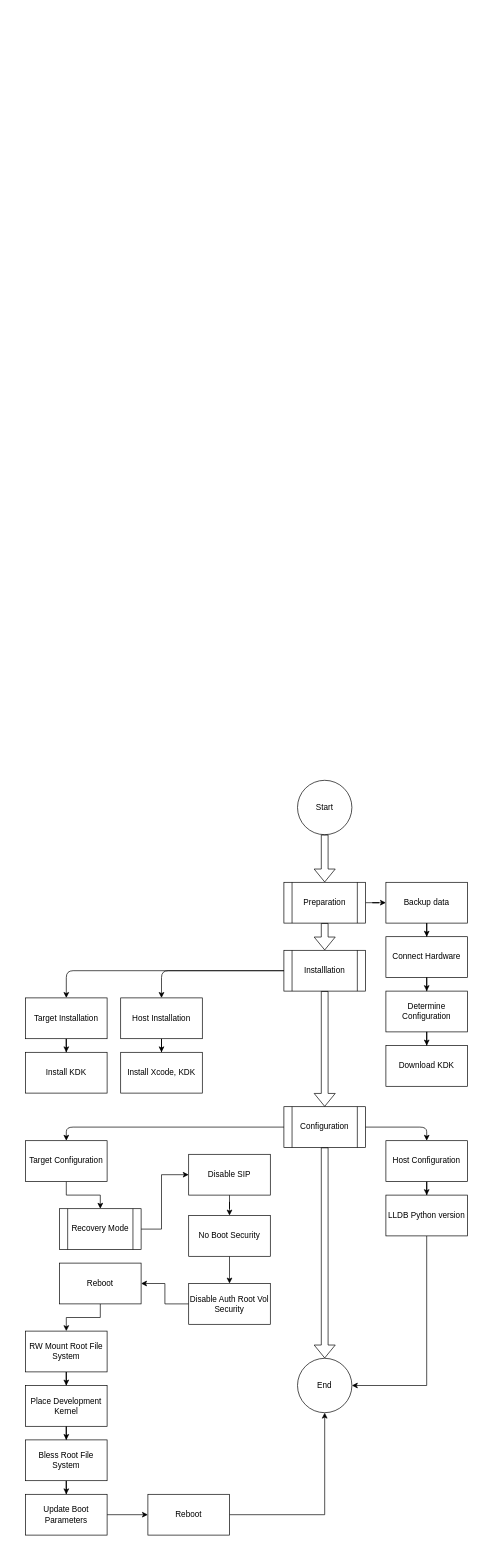
Earlier version of the draw.io diagram diagrams/KernelDebugSetup.drawio (faisalmemon/the-road-to-zero). Source tidied: cells renumbered, new cells numbered last; positions are measured from the earlier drawing's top-left corner, leaving out a move shared by most shapes. Both pictures are drawn from the tidied source at 68%, with x=0, y=0 at pixel (25, 780).
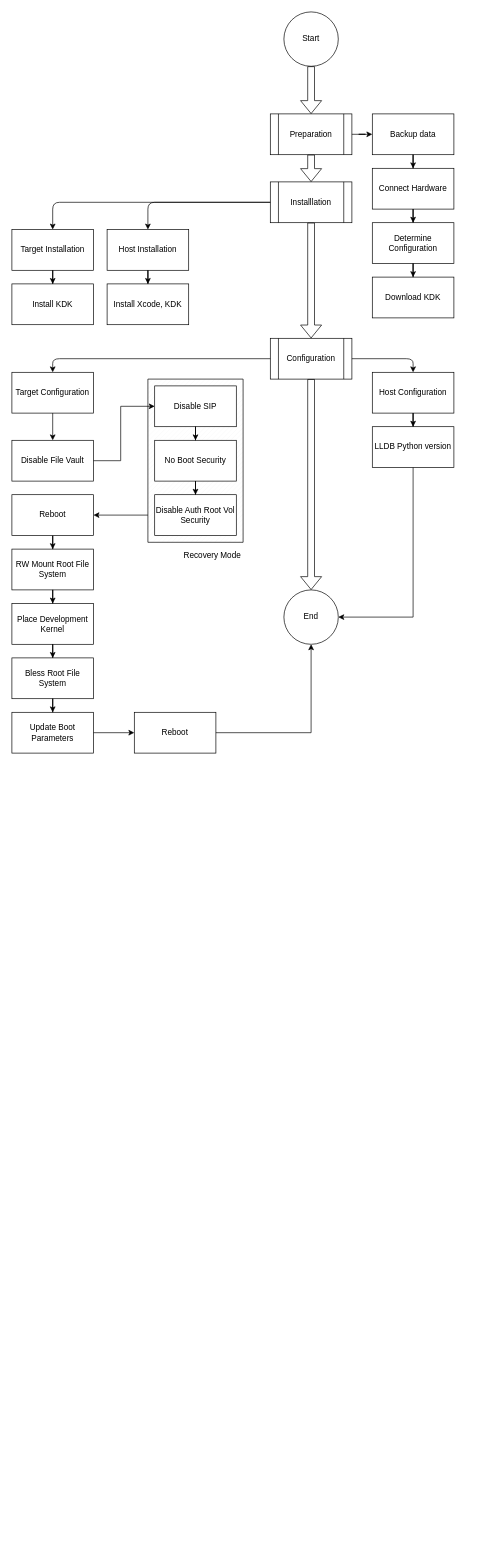
The same diagram, later.

Commit message (it also covers changes not shown here):
improve diagram with recovery mode

The edit, as a diff of the source:
```diff
@@
-    <mxCell id="2" style="edgeStyle=orthogonalEdgeStyle;rounded=0;jettySize=auto;html=1;" parent="1" edge="1" source="3" target="5">
-      <mxGeometry relative="1" as="geometry">
-        <Array as="points">
-          <mxPoint x="200" y="660" />
-          <mxPoint x="200" y="580" />
-        </Array>
-      </mxGeometry>
-    </mxCell>
-    <mxCell id="3" value="Recovery Mode" style="shape=process;whiteSpace=wrap;html=1;backgroundOutline=1;" parent="1" vertex="1">
-      <mxGeometry x="50" y="630" width="120" height="60" as="geometry" />
-    </mxCell>
-    <mxCell id="4" style="edgeStyle=orthogonalEdgeStyle;rounded=0;jettySize=auto;html=1;" parent="1" edge="1" source="5" target="7">
-      <mxGeometry relative="1" as="geometry" />
-    </mxCell>
-    <mxCell id="5" value="Disable SIP" style="rounded=0;whiteSpace=wrap;html=1;" parent="1" vertex="1">
-      <mxGeometry x="240" y="550" width="120" height="60" as="geometry" />
-    </mxCell>
-    <mxCell id="6" style="edgeStyle=orthogonalEdgeStyle;rounded=0;jettySize=auto;html=1;" parent="1" edge="1" source="7" target="9">
-      <mxGeometry relative="1" as="geometry" />
-    </mxCell>
-    <mxCell id="7" value="No Boot Security" style="rounded=0;whiteSpace=wrap;html=1;" parent="1" vertex="1">
-      <mxGeometry x="240" y="640" width="120" height="60" as="geometry" />
-    </mxCell>
-    <mxCell id="8" style="edgeStyle=orthogonalEdgeStyle;rounded=0;jettySize=auto;html=1;" parent="1" edge="1" source="9" target="52">
-      <mxGeometry relative="1" as="geometry" />
-    </mxCell>
-    <mxCell id="9" value="Disable Auth Root Vol Security" style="rounded=0;whiteSpace=wrap;html=1;" parent="1" vertex="1">
-      <mxGeometry x="240" y="740" width="120" height="60" as="geometry" />
-    </mxCell>
+    <mxCell id="55" style="group;" parent="1" vertex="1">
+      <mxGeometry x="-20" y="-1130" width="650" height="1090" as="geometry" />
+    </mxCell>
+    <mxCell id="11" value="RW Mount Root File System" style="rounded=0;whiteSpace=wrap;html=1;" parent="55" vertex="1">
+      <mxGeometry y="790" width="120" height="60" as="geometry" />
+    </mxCell>
+    <mxCell id="13" value="Place Development Kernel" style="rounded=0;whiteSpace=wrap;html=1;" parent="55" vertex="1">
+      <mxGeometry y="870" width="120" height="60" as="geometry" />
+    </mxCell>
-    <mxCell id="10" style="edgeStyle=orthogonalEdgeStyle;rounded=0;jettySize=auto;html=1;" parent="1" edge="1" source="11" target="13">
-      <mxGeometry relative="1" as="geometry" />
+    <mxCell id="10" style="edgeStyle=orthogonalEdgeStyle;rounded=0;jettySize=auto;html=1;" parent="55" edge="1" source="11" target="13">
+      <mxGeometry as="geometry" />
     </mxCell>
-    <mxCell id="11" value="RW Mount Root File System" style="rounded=0;whiteSpace=wrap;html=1;" parent="1" vertex="1">
-      <mxGeometry y="810" width="120" height="60" as="geometry" />
-    </mxCell>
+    <mxCell id="15" value="Bless Root File System" style="rounded=0;whiteSpace=wrap;html=1;" parent="55" vertex="1">
+      <mxGeometry y="950" width="120" height="60" as="geometry" />
+    </mxCell>
-    <mxCell id="12" style="edgeStyle=orthogonalEdgeStyle;rounded=0;jettySize=auto;html=1;" parent="1" edge="1" source="13" target="15">
-      <mxGeometry relative="1" as="geometry" />
+    <mxCell id="12" style="edgeStyle=orthogonalEdgeStyle;rounded=0;jettySize=auto;html=1;" parent="55" edge="1" source="13" target="15">
+      <mxGeometry as="geometry" />
     </mxCell>
-    <mxCell id="13" value="Place Development Kernel" style="rounded=0;whiteSpace=wrap;html=1;" parent="1" vertex="1">
-      <mxGeometry y="890" width="120" height="60" as="geometry" />
-    </mxCell>
+    <mxCell id="17" value="Update Boot Parameters" style="rounded=0;whiteSpace=wrap;html=1;" parent="55" vertex="1">
+      <mxGeometry y="1030" width="120" height="60" as="geometry" />
+    </mxCell>
-    <mxCell id="14" style="edgeStyle=orthogonalEdgeStyle;rounded=0;jettySize=auto;html=1;" parent="1" edge="1" source="15" target="17">
-      <mxGeometry relative="1" as="geometry" />
+    <mxCell id="14" style="edgeStyle=orthogonalEdgeStyle;rounded=0;jettySize=auto;html=1;" parent="55" edge="1" source="15" target="17">
+      <mxGeometry as="geometry" />
     </mxCell>
-    <mxCell id="15" value="Bless Root File System" style="rounded=0;whiteSpace=wrap;html=1;" parent="1" vertex="1">
-      <mxGeometry y="970" width="120" height="60" as="geometry" />
-    </mxCell>
-    <mxCell id="16" style="edgeStyle=orthogonalEdgeStyle;rounded=0;jettySize=auto;html=1;" parent="1" edge="1" source="17" target="50">
-      <mxGeometry relative="1" as="geometry" />
-    </mxCell>
-    <mxCell id="17" value="Update Boot Parameters" style="rounded=0;whiteSpace=wrap;html=1;" parent="1" vertex="1">
-      <mxGeometry y="1050" width="120" height="60" as="geometry" />
-    </mxCell>
-    <mxCell id="18" style="edgeStyle=orthogonalEdgeStyle;rounded=0;jettySize=auto;html=1;" parent="1" edge="1" source="19" target="41">
-      <mxGeometry relative="1" as="geometry" />
-    </mxCell>
-    <mxCell id="19" value="Preparation" style="shape=process;whiteSpace=wrap;html=1;backgroundOutline=1;" parent="1" vertex="1">
+    <mxCell id="19" value="Preparation" style="shape=process;whiteSpace=wrap;html=1;backgroundOutline=1;" parent="55" vertex="1">
       <mxGeometry x="380" y="150" width="120" height="60" as="geometry" />
     </mxCell>
-    <mxCell id="20" value="Installlation" style="shape=process;whiteSpace=wrap;html=1;backgroundOutline=1;" parent="1" vertex="1">
+    <mxCell id="20" value="Installlation" style="shape=process;whiteSpace=wrap;html=1;backgroundOutline=1;" parent="55" vertex="1">
       <mxGeometry x="380" y="250" width="120" height="60" as="geometry" />
     </mxCell>
-    <mxCell id="21" style="shape=flexArrow;endArrow=classic;html=1;exitX=0.5;exitY=1;exitDx=0;exitDy=0;entryX=0.5;entryY=0;entryDx=0;entryDy=0;" parent="1" edge="1" source="19" target="20">
-      <mxGeometry relative="1" as="geometry" />
+    <mxCell id="21" style="shape=flexArrow;endArrow=classic;html=1;exitX=0.5;exitY=1;exitDx=0;exitDy=0;entryX=0.5;entryY=0;entryDx=0;entryDy=0;" parent="55" edge="1" source="19" target="20">
+      <mxGeometry as="geometry" />
     </mxCell>
-    <mxCell id="22" style="edgeStyle=orthogonalEdgeStyle;rounded=0;jettySize=auto;html=1;" parent="1" edge="1" source="23" target="26">
-      <mxGeometry relative="1" as="geometry" />
-    </mxCell>
-    <mxCell id="23" value="Target Installation" style="rounded=0;whiteSpace=wrap;html=1;" parent="1" vertex="1">
+    <mxCell id="23" value="Target Installation" style="rounded=0;whiteSpace=wrap;html=1;" parent="55" vertex="1">
       <mxGeometry y="320" width="120" height="60" as="geometry" />
     </mxCell>
-    <mxCell id="24" style="edgeStyle=orthogonalEdgeStyle;rounded=0;jettySize=auto;html=1;" parent="1" edge="1" source="25" target="27">
-      <mxGeometry relative="1" as="geometry" />
-    </mxCell>
-    <mxCell id="25" value="Host Installation" style="rounded=0;whiteSpace=wrap;html=1;" parent="1" vertex="1">
+    <mxCell id="25" value="Host Installation" style="rounded=0;whiteSpace=wrap;html=1;" parent="55" vertex="1">
       <mxGeometry x="140" y="320" width="120" height="60" as="geometry" />
     </mxCell>
-    <mxCell id="26" value="Install KDK" style="rounded=0;whiteSpace=wrap;html=1;" parent="1" vertex="1">
+    <mxCell id="26" value="Install KDK" style="rounded=0;whiteSpace=wrap;html=1;" parent="55" vertex="1">
       <mxGeometry y="400" width="120" height="60" as="geometry" />
     </mxCell>
+    <mxCell id="22" style="edgeStyle=orthogonalEdgeStyle;rounded=0;jettySize=auto;html=1;" parent="55" edge="1" source="23" target="26">
+      <mxGeometry as="geometry" />
+    </mxCell>
-    <mxCell id="27" value="Install Xcode, KDK" style="rounded=0;whiteSpace=wrap;html=1;" parent="1" vertex="1">
+    <mxCell id="27" value="Install Xcode, KDK" style="rounded=0;whiteSpace=wrap;html=1;" parent="55" vertex="1">
       <mxGeometry x="140" y="400" width="120" height="60" as="geometry" />
     </mxCell>
+    <mxCell id="24" style="edgeStyle=orthogonalEdgeStyle;rounded=0;jettySize=auto;html=1;" parent="55" edge="1" source="25" target="27">
+      <mxGeometry as="geometry" />
+    </mxCell>
-    <mxCell id="28" value="Start" style="ellipse;whiteSpace=wrap;html=1;" parent="1" vertex="1">
+    <mxCell id="28" value="Start" style="ellipse;whiteSpace=wrap;html=1;" parent="55" vertex="1">
       <mxGeometry x="400" width="80" height="80" as="geometry" />
     </mxCell>
-    <mxCell id="29" style="shape=flexArrow;endArrow=classic;html=1;entryX=0.5;entryY=0;entryDx=0;entryDy=0;" parent="1" edge="1" source="28" target="19">
-      <mxGeometry relative="1" as="geometry" />
+    <mxCell id="29" style="shape=flexArrow;endArrow=classic;html=1;entryX=0.5;entryY=0;entryDx=0;entryDy=0;" parent="55" edge="1" source="28" target="19">
+      <mxGeometry as="geometry" />
     </mxCell>
-    <mxCell id="30" style="endArrow=classic;html=1;entryX=0.5;entryY=0;entryDx=0;entryDy=0;exitX=0;exitY=0.5;exitDx=0;exitDy=0;" parent="1" edge="1" source="20" target="25">
-      <mxGeometry relative="1" as="geometry">
+    <mxCell id="30" style="endArrow=classic;html=1;entryX=0.5;entryY=0;entryDx=0;entryDy=0;exitX=0;exitY=0.5;exitDx=0;exitDy=0;" parent="55" edge="1" source="20" target="25">
+      <mxGeometry as="geometry">
         <Array as="points">
           <mxPoint x="200" y="280" />
           <mxPoint x="200" y="320" />
         </Array>
       </mxGeometry>
     </mxCell>
-    <mxCell id="31" value="Configuration" style="shape=process;whiteSpace=wrap;html=1;backgroundOutline=1;" parent="1" vertex="1">
+    <mxCell id="31" value="Configuration" style="shape=process;whiteSpace=wrap;html=1;backgroundOutline=1;" parent="55" vertex="1">
       <mxGeometry x="380" y="480" width="120" height="60" as="geometry" />
     </mxCell>
-    <mxCell id="32" style="shape=flexArrow;endArrow=classic;html=1;exitX=0.5;exitY=1;exitDx=0;exitDy=0;entryX=0.5;entryY=0;entryDx=0;entryDy=0;" parent="1" edge="1" source="20" target="31">
-      <mxGeometry relative="1" as="geometry" />
+    <mxCell id="32" style="shape=flexArrow;endArrow=classic;html=1;exitX=0.5;exitY=1;exitDx=0;exitDy=0;entryX=0.5;entryY=0;entryDx=0;entryDy=0;" parent="55" edge="1" source="20" target="31">
+      <mxGeometry as="geometry" />
     </mxCell>
-    <mxCell id="33" style="edgeStyle=orthogonalEdgeStyle;rounded=0;jettySize=auto;html=1;" parent="1" edge="1" source="34" target="3">
-      <mxGeometry relative="1" as="geometry" />
-    </mxCell>
-    <mxCell id="34" value="Target Configuration" style="rounded=0;whiteSpace=wrap;html=1;" parent="1" vertex="1">
+    <mxCell id="34" value="Target Configuration" style="rounded=0;whiteSpace=wrap;html=1;" parent="55" vertex="1">
       <mxGeometry y="530" width="120" height="60" as="geometry" />
     </mxCell>
-    <mxCell id="35" style="edgeStyle=orthogonalEdgeStyle;rounded=0;jettySize=auto;html=1;" parent="1" edge="1" source="36" target="40">
-      <mxGeometry relative="1" as="geometry" />
-    </mxCell>
-    <mxCell id="36" value="Host Configuration" style="rounded=0;whiteSpace=wrap;html=1;" parent="1" vertex="1">
+    <mxCell id="36" value="Host Configuration" style="rounded=0;whiteSpace=wrap;html=1;" parent="55" vertex="1">
       <mxGeometry x="530" y="530" width="120" height="60" as="geometry" />
     </mxCell>
-    <mxCell id="37" style="endArrow=classic;html=1;exitX=0;exitY=0.5;exitDx=0;exitDy=0;entryX=0.5;entryY=0;entryDx=0;entryDy=0;" parent="1" edge="1" source="31" target="34">
-      <mxGeometry relative="1" as="geometry">
+    <mxCell id="37" style="endArrow=classic;html=1;exitX=0;exitY=0.5;exitDx=0;exitDy=0;entryX=0.5;entryY=0;entryDx=0;entryDy=0;" parent="55" edge="1" source="31" target="34">
+      <mxGeometry as="geometry">
         <Array as="points">
           <mxPoint x="60" y="510" />
         </Array>
       </mxGeometry>
     </mxCell>
-    <mxCell id="38" style="endArrow=classic;html=1;entryX=0.5;entryY=0;entryDx=0;entryDy=0;exitX=1;exitY=0.5;exitDx=0;exitDy=0;" parent="1" edge="1" source="31" target="36">
-      <mxGeometry relative="1" as="geometry">
+    <mxCell id="38" style="endArrow=classic;html=1;entryX=0.5;entryY=0;entryDx=0;entryDy=0;exitX=1;exitY=0.5;exitDx=0;exitDy=0;" parent="55" edge="1" source="31" target="36">
+      <mxGeometry as="geometry">
         <Array as="points">
           <mxPoint x="590" y="510" />
         </Array>
       </mxGeometry>
     </mxCell>
-    <mxCell id="39" style="edgeStyle=orthogonalEdgeStyle;rounded=0;jettySize=auto;html=1;entryX=1;entryY=0.5;entryDx=0;entryDy=0;" parent="1" edge="1" source="40" target="53">
-      <mxGeometry relative="1" as="geometry">
-        <Array as="points">
-          <mxPoint x="590" y="890" />
-        </Array>
-      </mxGeometry>
-    </mxCell>
-    <mxCell id="40" value="LLDB Python version" style="rounded=0;whiteSpace=wrap;html=1;" parent="1" vertex="1">
+    <mxCell id="40" value="LLDB Python version" style="rounded=0;whiteSpace=wrap;html=1;" parent="55" vertex="1">
       <mxGeometry x="530" y="610" width="120" height="60" as="geometry" />
     </mxCell>
+    <mxCell id="35" style="edgeStyle=orthogonalEdgeStyle;rounded=0;jettySize=auto;html=1;" parent="55" edge="1" source="36" target="40">
+      <mxGeometry as="geometry" />
+    </mxCell>
-    <mxCell id="41" value="Backup data" style="rounded=0;whiteSpace=wrap;html=1;" parent="1" vertex="1">
+    <mxCell id="41" value="Backup data" style="rounded=0;whiteSpace=wrap;html=1;" parent="55" vertex="1">
       <mxGeometry x="530" y="150" width="120" height="60" as="geometry" />
     </mxCell>
+    <mxCell id="18" style="edgeStyle=orthogonalEdgeStyle;rounded=0;jettySize=auto;html=1;" parent="55" edge="1" source="19" target="41">
+      <mxGeometry as="geometry" />
+    </mxCell>
-    <mxCell id="42" value="Connect Hardware" style="rounded=0;whiteSpace=wrap;html=1;" parent="1" vertex="1">
+    <mxCell id="42" value="Connect Hardware" style="rounded=0;whiteSpace=wrap;html=1;" parent="55" vertex="1">
       <mxGeometry x="530" y="230" width="120" height="60" as="geometry" />
     </mxCell>
-    <mxCell id="43" style="edgeStyle=orthogonalEdgeStyle;rounded=0;jettySize=auto;html=1;" parent="1" edge="1" source="41" target="42">
-      <mxGeometry x="410" y="130" as="geometry" />
+    <mxCell id="43" style="edgeStyle=orthogonalEdgeStyle;rounded=0;jettySize=auto;html=1;" parent="55" edge="1" source="41" target="42">
+      <mxGeometry x="370" y="150" as="geometry" />
     </mxCell>
-    <mxCell id="44" value="Determine Configuration" style="rounded=0;whiteSpace=wrap;html=1;" parent="1" vertex="1">
+    <mxCell id="44" value="Determine Configuration" style="rounded=0;whiteSpace=wrap;html=1;" parent="55" vertex="1">
       <mxGeometry x="530" y="310" width="120" height="60" as="geometry" />
     </mxCell>
-    <mxCell id="45" style="edgeStyle=orthogonalEdgeStyle;rounded=0;jettySize=auto;html=1;" parent="1" edge="1" source="42" target="44">
-      <mxGeometry x="410" y="130" as="geometry" />
+    <mxCell id="45" style="edgeStyle=orthogonalEdgeStyle;rounded=0;jettySize=auto;html=1;" parent="55" edge="1" source="42" target="44">
+      <mxGeometry x="370" y="150" as="geometry" />
     </mxCell>
-    <mxCell id="46" value="Download KDK" style="rounded=0;whiteSpace=wrap;html=1;" parent="1" vertex="1">
+    <mxCell id="46" value="Download KDK" style="rounded=0;whiteSpace=wrap;html=1;" parent="55" vertex="1">
       <mxGeometry x="530" y="390" width="120" height="60" as="geometry" />
     </mxCell>
-    <mxCell id="47" style="edgeStyle=orthogonalEdgeStyle;rounded=0;jettySize=auto;html=1;" parent="1" edge="1" source="44" target="46">
-      <mxGeometry x="410" y="130" as="geometry" />
+    <mxCell id="47" style="edgeStyle=orthogonalEdgeStyle;rounded=0;jettySize=auto;html=1;" parent="55" edge="1" source="44" target="46">
+      <mxGeometry x="370" y="150" as="geometry" />
     </mxCell>
-    <mxCell id="48" style="endArrow=classic;html=1;entryX=0.5;entryY=0;entryDx=0;entryDy=0;exitX=0;exitY=0.5;exitDx=0;exitDy=0;" parent="1" edge="1" source="20" target="23">
-      <mxGeometry relative="1" as="geometry">
+    <mxCell id="48" style="endArrow=classic;html=1;entryX=0.5;entryY=0;entryDx=0;entryDy=0;exitX=0;exitY=0.5;exitDx=0;exitDy=0;" parent="55" edge="1" source="20" target="23">
+      <mxGeometry as="geometry">
         <Array as="points">
           <mxPoint x="60" y="280" />
         </Array>
       </mxGeometry>
     </mxCell>
-    <mxCell id="49" style="edgeStyle=orthogonalEdgeStyle;rounded=0;jettySize=auto;html=1;entryX=0.5;entryY=1;entryDx=0;entryDy=0;" parent="1" edge="1" source="50" target="53">
-      <mxGeometry relative="1" as="geometry" />
-    </mxCell>
-    <mxCell id="50" value="Reboot" style="rounded=0;whiteSpace=wrap;html=1;" parent="1" vertex="1">
-      <mxGeometry x="180" y="1050" width="120" height="60" as="geometry" />
+    <mxCell id="50" value="Reboot" style="rounded=0;whiteSpace=wrap;html=1;" parent="55" vertex="1">
+      <mxGeometry x="180" y="1030" width="120" height="60" as="geometry" />
     </mxCell>
+    <mxCell id="16" style="edgeStyle=orthogonalEdgeStyle;rounded=0;jettySize=auto;html=1;" parent="55" edge="1" source="17" target="50">
+      <mxGeometry as="geometry" />
+    </mxCell>
-    <mxCell id="51" style="edgeStyle=orthogonalEdgeStyle;rounded=0;jettySize=auto;html=1;entryX=0.5;entryY=0;entryDx=0;entryDy=0;" parent="1" edge="1" source="52" target="11">
-      <mxGeometry relative="1" as="geometry" />
+    <mxCell id="51" style="edgeStyle=orthogonalEdgeStyle;rounded=0;jettySize=auto;html=1;entryX=0.5;entryY=0;entryDx=0;entryDy=0;" parent="55" edge="1" source="52" target="11">
+      <mxGeometry as="geometry" />
     </mxCell>
-    <mxCell id="52" value="Reboot" style="rounded=0;whiteSpace=wrap;html=1;" parent="1" vertex="1">
-      <mxGeometry x="50" y="710" width="120" height="60" as="geometry" />
+    <mxCell id="52" value="Reboot" style="rounded=0;whiteSpace=wrap;html=1;" parent="55" vertex="1">
+      <mxGeometry y="710" width="120" height="60" as="geometry" />
     </mxCell>
+    <mxCell id="8" style="edgeStyle=orthogonalEdgeStyle;rounded=0;jettySize=auto;html=1;" parent="55" edge="1" source="9" target="52">
+      <mxGeometry as="geometry" />
+    </mxCell>
-    <mxCell id="53" value="End" style="ellipse;whiteSpace=wrap;html=1;" parent="1" vertex="1">
+    <mxCell id="53" value="End" style="ellipse;whiteSpace=wrap;html=1;" parent="55" vertex="1">
       <mxGeometry x="400" y="850" width="80" height="80" as="geometry" />
     </mxCell>
-    <mxCell id="54" style="shape=flexArrow;endArrow=classic;html=1;entryX=0.5;entryY=0;entryDx=0;entryDy=0;exitX=0.5;exitY=1;exitDx=0;exitDy=0;" parent="1" edge="1" source="31" target="53">
-      <mxGeometry relative="1" as="geometry" />
+    <mxCell id="54" style="shape=flexArrow;endArrow=classic;html=1;entryX=0.5;entryY=0;entryDx=0;entryDy=0;exitX=0.5;exitY=1;exitDx=0;exitDy=0;" parent="55" edge="1" source="31" target="53">
+      <mxGeometry as="geometry" />
     </mxCell>
+    <mxCell id="39" style="edgeStyle=orthogonalEdgeStyle;rounded=0;jettySize=auto;html=1;entryX=1;entryY=0.5;entryDx=0;entryDy=0;" parent="55" edge="1" source="40" target="53">
+      <mxGeometry as="geometry">
+        <Array as="points">
+          <mxPoint x="590" y="890" />
+        </Array>
+      </mxGeometry>
+    </mxCell>
+    <mxCell id="49" style="edgeStyle=orthogonalEdgeStyle;rounded=0;jettySize=auto;html=1;entryX=0.5;entryY=1;entryDx=0;entryDy=0;" parent="55" edge="1" source="50" target="53">
+      <mxGeometry as="geometry" />
+    </mxCell>
+    <mxCell id="56" value="Disable File Vault" style="rounded=0;whiteSpace=wrap;html=1;" parent="55" vertex="1">
+      <mxGeometry y="630" width="120" height="60" as="geometry" />
+    </mxCell>
+    <mxCell id="33" style="edgeStyle=orthogonalEdgeStyle;rounded=0;jettySize=auto;html=1;entryX=0.5;entryY=0;entryDx=0;entryDy=0;" parent="55" edge="1" source="34" target="56">
+      <mxGeometry as="geometry" />
+    </mxCell>
+    <mxCell id="57" style="group;" parent="55" vertex="1">
+      <mxGeometry x="200" y="540" width="140" height="240" as="geometry" />
+    </mxCell>
+    <mxCell id="58" style="verticalLabelPosition=bottom;verticalAlign=top;html=1;shape=mxgraph.basic.patternFillRect;fillStyle=diag;step=5;fillStrokeWidth=0.2;fillStrokeColor=#dddddd;" parent="57" vertex="1">
+      <mxGeometry width="140" height="240" as="geometry" />
+    </mxCell>
+    <mxCell id="5" value="Disable SIP" style="rounded=0;whiteSpace=wrap;html=1;" parent="57" vertex="1">
+      <mxGeometry x="10" y="10" width="120" height="60" as="geometry" />
+    </mxCell>
+    <mxCell id="7" value="No Boot Security" style="rounded=0;whiteSpace=wrap;html=1;" parent="57" vertex="1">
+      <mxGeometry x="10" y="90" width="120" height="60" as="geometry" />
+    </mxCell>
+    <mxCell id="4" style="edgeStyle=orthogonalEdgeStyle;rounded=0;jettySize=auto;html=1;" parent="57" edge="1" source="5" target="7">
+      <mxGeometry x="-230" y="-540" as="geometry" />
+    </mxCell>
+    <mxCell id="9" value="Disable Auth Root Vol Security" style="rounded=0;whiteSpace=wrap;html=1;" parent="57" vertex="1">
+      <mxGeometry x="10" y="170" width="120" height="60" as="geometry" />
+    </mxCell>
+    <mxCell id="6" style="edgeStyle=orthogonalEdgeStyle;rounded=0;jettySize=auto;html=1;" parent="57" edge="1" source="7" target="9">
+      <mxGeometry x="-230" y="-540" as="geometry" />
+    </mxCell>
+    <mxCell id="2" style="edgeStyle=orthogonalEdgeStyle;rounded=0;jettySize=auto;html=1;exitX=1;exitY=0.5;exitDx=0;exitDy=0;" parent="55" edge="1" source="56" target="5">
+      <mxGeometry as="geometry">
+        <Array as="points">
+          <mxPoint x="160" y="660" />
+          <mxPoint x="160" y="580" />
+        </Array>
+      </mxGeometry>
+    </mxCell>
+    <mxCell id="3" value="Recovery Mode" style="text;html=1;strokeColor=none;fillColor=none;align=center;verticalAlign=middle;whiteSpace=wrap;rounded=0;labelPosition=center;verticalLabelPosition=middle;" parent="55" vertex="1">
+      <mxGeometry x="240" y="790" width="110" height="20" as="geometry" />
+    </mxCell>
+    <mxCell id="59" style="edgeStyle=orthogonalEdgeStyle;rounded=0;orthogonalLoop=1;jettySize=auto;html=1;exitX=0.5;exitY=1;exitDx=0;exitDy=0;" parent="55" edge="1" source="3" target="3">
+      <mxGeometry relative="1" as="geometry" />
+    </mxCell>
```
